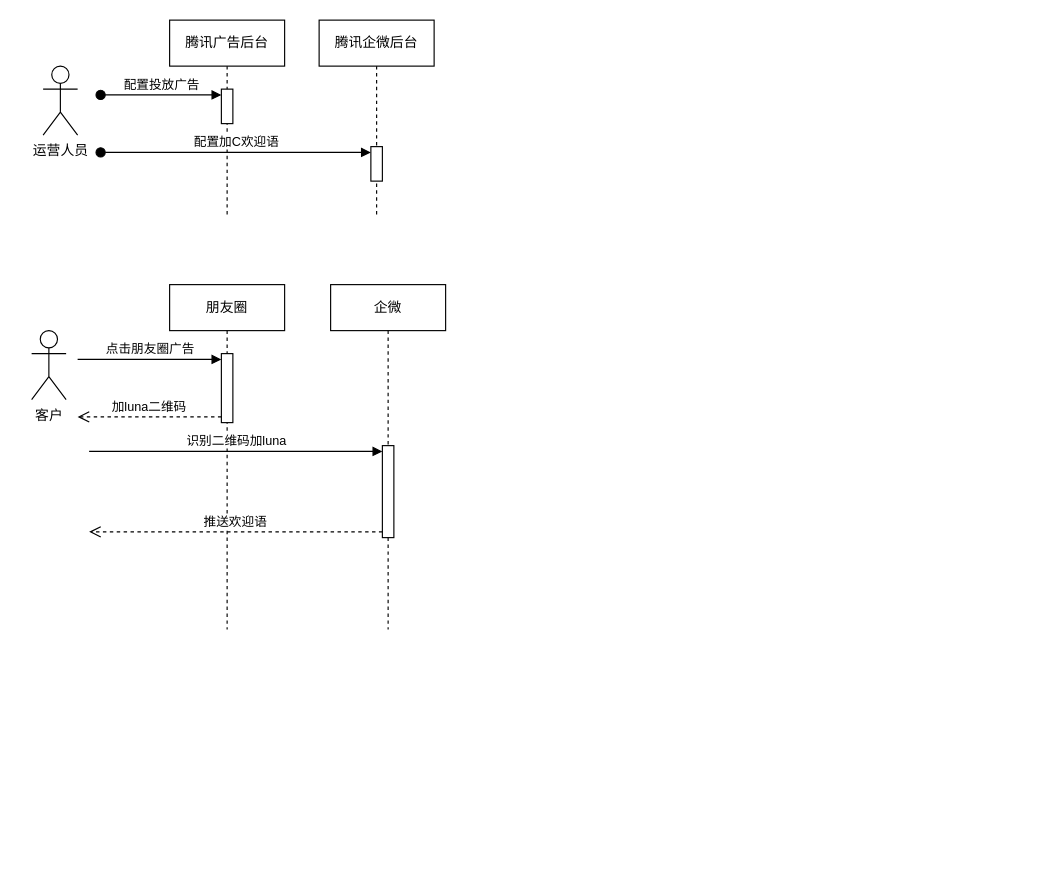
The draw.io diagram page "腾讯广告加C投放归因" (13 of 13) of src/draw/广告投放系统.drawio in y13513867074/draw, before the edit. Source tidied: cells renumbered, new cells numbered last; positions are measured from the earlier drawing's top-left corner, leaving out a move shared by most shapes. Both pictures are drawn from the tidied source at 115%, with x=0, y=0 at pixel (31, 20).
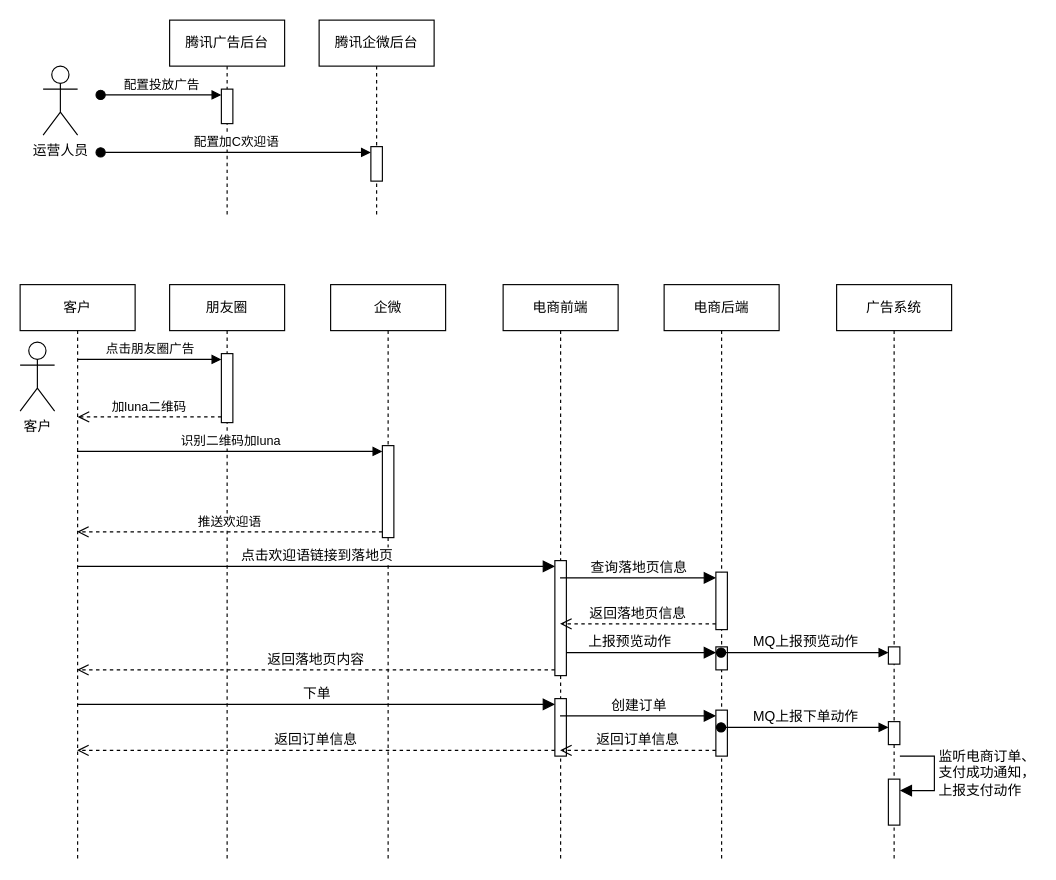
Above is the later version.

Commit message:
更新广告投放系统.drawio

Unchanged cells that the change refers to:
```xml
<mxCell id="14" style="html=1;points=[[0,0,0,0,5],[0,1,0,0,-5],[1,0,0,0,5],[1,1,0,0,-5]];perimeter=orthogonalPerimeter;outlineConnect=0;targetShapes=umlLifeline;portConstraint=eastwest;newEdgeStyle={&quot;curved&quot;:0,&quot;rounded&quot;:0};" parent="13" vertex="1">
  <mxGeometry x="45" y="140" width="10" height="80" as="geometry" />
</mxCell>
```

Change to the diagram source:
```diff
@@
     <mxCell id="9" value="朋友圈" style="shape=umlLifeline;perimeter=lifelinePerimeter;whiteSpace=wrap;html=1;newEdgeStyle={&quot;curved&quot;:0,&quot;rounded&quot;:0};" parent="1" vertex="1">
-      <mxGeometry x="120" y="230" width="100" height="300" as="geometry" />
+      <mxGeometry x="120" y="230" width="100" height="500" as="geometry" />
     </mxCell>
@@
     <mxCell id="13" value="企微" style="shape=umlLifeline;perimeter=lifelinePerimeter;whiteSpace=wrap;html=1;newEdgeStyle={&quot;curved&quot;:0,&quot;rounded&quot;:0};" parent="1" vertex="1">
-      <mxGeometry x="260" y="230" width="100" height="300" as="geometry" />
+      <mxGeometry x="260" y="230" width="100" height="500" as="geometry" />
     </mxCell>
@@
+    <mxCell id="17" value="客户" style="shape=umlActor;verticalLabelPosition=bottom;verticalAlign=top;html=1;" parent="1" vertex="1">
+      <mxGeometry x="-10" y="280" width="30" height="60" as="geometry" />
+    </mxCell>
+    <mxCell id="18" value="电商前端" style="shape=umlLifeline;perimeter=lifelinePerimeter;whiteSpace=wrap;html=1;outlineConnect=0;portConstraint=eastwest;newEdgeStyle={&quot;curved&quot;:0,&quot;rounded&quot;:0};" parent="1" vertex="1">
+      <mxGeometry x="410" y="230" width="100" height="500" as="geometry" />
+    </mxCell>
+    <mxCell id="19" style="html=1;points=[[0,0,0,0,5],[0,1,0,0,-5],[1,0,0,0,5],[1,1,0,0,-5]];perimeter=orthogonalPerimeter;outlineConnect=0;targetShapes=umlLifeline;portConstraint=eastwest;newEdgeStyle={&quot;curved&quot;:0,&quot;rounded&quot;:0};" parent="18" vertex="1">
+      <mxGeometry x="45" y="240" width="10" height="100" as="geometry" />
+    </mxCell>
+    <mxCell id="20" style="html=1;points=[[0,0,0,0,5],[0,1,0,0,-5],[1,0,0,0,5],[1,1,0,0,-5]];perimeter=orthogonalPerimeter;outlineConnect=0;targetShapes=umlLifeline;portConstraint=eastwest;newEdgeStyle={&quot;curved&quot;:0,&quot;rounded&quot;:0};" parent="18" vertex="1">
+      <mxGeometry x="45" y="360" width="10" height="50" as="geometry" />
+    </mxCell>
+    <mxCell id="21" value="电商后端" style="shape=umlLifeline;perimeter=lifelinePerimeter;whiteSpace=wrap;html=1;outlineConnect=0;portConstraint=eastwest;newEdgeStyle={&quot;curved&quot;:0,&quot;rounded&quot;:0};" parent="1" vertex="1">
+      <mxGeometry x="550" y="230" width="100" height="500" as="geometry" />
+    </mxCell>
+    <mxCell id="22" style="html=1;points=[[0,0,0,0,5],[0,1,0,0,-5],[1,0,0,0,5],[1,1,0,0,-5]];perimeter=orthogonalPerimeter;outlineConnect=0;targetShapes=umlLifeline;portConstraint=eastwest;newEdgeStyle={&quot;curved&quot;:0,&quot;rounded&quot;:0};" parent="21" vertex="1">
+      <mxGeometry x="45" y="250" width="10" height="50" as="geometry" />
+    </mxCell>
+    <mxCell id="23" style="html=1;points=[[0,0,0,0,5],[0,1,0,0,-5],[1,0,0,0,5],[1,1,0,0,-5]];perimeter=orthogonalPerimeter;outlineConnect=0;targetShapes=umlLifeline;portConstraint=eastwest;newEdgeStyle={&quot;curved&quot;:0,&quot;rounded&quot;:0};" parent="21" vertex="1">
+      <mxGeometry x="45" y="370" width="10" height="40" as="geometry" />
+    </mxCell>
+    <mxCell id="24" value="广告系统" style="shape=umlLifeline;perimeter=lifelinePerimeter;whiteSpace=wrap;html=1;newEdgeStyle={&quot;curved&quot;:0,&quot;rounded&quot;:0};" parent="1" vertex="1">
+      <mxGeometry x="700" y="230" width="100" height="500" as="geometry" />
+    </mxCell>
+    <mxCell id="25" style="html=1;points=[[0,0,0,0,5],[0,1,0,0,-5],[1,0,0,0,5],[1,1,0,0,-5]];perimeter=orthogonalPerimeter;outlineConnect=0;targetShapes=umlLifeline;portConstraint=eastwest;newEdgeStyle={&quot;curved&quot;:0,&quot;rounded&quot;:0};" parent="24" vertex="1">
+      <mxGeometry x="45" y="315" width="10" height="15" as="geometry" />
+    </mxCell>
+    <mxCell id="26" style="html=1;points=[[0,0,0,0,5],[0,1,0,0,-5],[1,0,0,0,5],[1,1,0,0,-5]];perimeter=orthogonalPerimeter;outlineConnect=0;targetShapes=umlLifeline;portConstraint=eastwest;newEdgeStyle={&quot;curved&quot;:0,&quot;rounded&quot;:0};" parent="24" vertex="1">
+      <mxGeometry x="45" y="380" width="10" height="20" as="geometry" />
+    </mxCell>
+    <mxCell id="27" style="html=1;points=[[0,0,0,0,5],[0,1,0,0,-5],[1,0,0,0,5],[1,1,0,0,-5]];perimeter=orthogonalPerimeter;outlineConnect=0;targetShapes=umlLifeline;portConstraint=eastwest;newEdgeStyle={&quot;curved&quot;:0,&quot;rounded&quot;:0};" parent="24" vertex="1">
+      <mxGeometry x="45" y="430" width="10" height="40" as="geometry" />
+    </mxCell>
+    <mxCell id="28" value="监听电商订单、&lt;div&gt;支付成功通知，&lt;/div&gt;&lt;div&gt;上报支付动作&lt;/div&gt;" style="html=1;align=left;spacingLeft=2;endArrow=block;rounded=0;edgeStyle=orthogonalEdgeStyle;curved=0;rounded=0;fontSize=12;startSize=8;endSize=8;" parent="24" edge="1" target="27">
+      <mxGeometry relative="1" as="geometry">
+        <mxPoint x="55" y="410" as="sourcePoint" />
+        <Array as="points">
+          <mxPoint x="85" y="440" />
+        </Array>
+      </mxGeometry>
+    </mxCell>
+    <mxCell id="29" value="客户" style="shape=umlLifeline;perimeter=lifelinePerimeter;whiteSpace=wrap;html=1;outlineConnect=0;portConstraint=eastwest;newEdgeStyle={&quot;curved&quot;:0,&quot;rounded&quot;:0};" parent="1" vertex="1">
+      <mxGeometry x="-10" y="230" width="100" height="500" as="geometry" />
+    </mxCell>
+    <mxCell id="30" value="点击欢迎语链接到落地页" style="html=1;verticalAlign=bottom;endArrow=block;curved=0;rounded=0;entryX=0;entryY=0;entryDx=0;entryDy=5;fontSize=12;startSize=8;endSize=8;" parent="1" edge="1" source="29" target="19">
+      <mxGeometry relative="1" as="geometry" />
+    </mxCell>
+    <mxCell id="31" value="返回落地页内容" style="html=1;verticalAlign=bottom;endArrow=open;dashed=1;endSize=8;curved=0;rounded=0;exitX=0;exitY=1;exitDx=0;exitDy=-5;fontSize=12;" parent="1" edge="1" source="19" target="29">
+      <mxGeometry relative="1" as="geometry" />
+    </mxCell>
+    <mxCell id="16" value="推送欢迎语" style="html=1;verticalAlign=bottom;endArrow=open;dashed=1;endSize=8;curved=0;rounded=0;exitX=0;exitY=1;exitDx=0;exitDy=-5;" parent="1" edge="1" source="14" target="29">
+      <mxGeometry relative="1" as="geometry" />
+    </mxCell>
-    <mxCell id="15" value="识别二维码加luna" style="html=1;verticalAlign=bottom;endArrow=block;curved=0;rounded=0;entryX=0;entryY=0;entryDx=0;entryDy=5;" parent="13" edge="1" target="14">
-      <mxGeometry relative="1" as="geometry">
-        <mxPoint x="-210" y="145" as="sourcePoint" />
-      </mxGeometry>
+    <mxCell id="15" value="识别二维码加luna" style="html=1;verticalAlign=bottom;endArrow=block;curved=0;rounded=0;entryX=0;entryY=0;entryDx=0;entryDy=5;" parent="1" edge="1" source="29" target="14">
+      <mxGeometry relative="1" as="geometry" />
     </mxCell>
-    <mxCell id="16" value="推送欢迎语" style="html=1;verticalAlign=bottom;endArrow=open;dashed=1;endSize=8;curved=0;rounded=0;exitX=0;exitY=1;exitDx=0;exitDy=-5;" parent="13" edge="1" source="14">
-      <mxGeometry relative="1" as="geometry">
-        <mxPoint x="-210" y="215" as="targetPoint" />
-      </mxGeometry>
-    </mxCell>
-    <mxCell id="17" value="客户" style="shape=umlActor;verticalLabelPosition=bottom;verticalAlign=top;html=1;" parent="1" vertex="1">
-      <mxGeometry y="270" width="30" height="60" as="geometry" />
-    </mxCell>
+    <mxCell id="32" value="上报预览动作" style="html=1;verticalAlign=bottom;endArrow=block;curved=0;rounded=0;entryX=0;entryY=0;entryDx=0;entryDy=5;fontSize=12;startSize=8;endSize=8;" parent="1" edge="1" source="36">
+      <mxGeometry x="-1" y="85" relative="1" as="geometry">
+        <mxPoint x="605.5" y="554" as="targetPoint" />
+        <mxPoint x="-85" y="81" as="offset" />
+      </mxGeometry>
+    </mxCell>
+    <mxCell id="33" value="返回落地页信息" style="html=1;verticalAlign=bottom;endArrow=open;dashed=1;endSize=8;curved=0;rounded=0;exitX=0;exitY=1;exitDx=0;exitDy=-5;fontSize=12;" parent="1" edge="1" source="22" target="18">
+      <mxGeometry relative="1" as="geometry" />
+    </mxCell>
+    <mxCell id="34" value="查询落地页信息" style="html=1;verticalAlign=bottom;endArrow=block;curved=0;rounded=0;entryX=0;entryY=0;entryDx=0;entryDy=5;fontSize=12;startSize=8;endSize=8;" parent="1" edge="1" source="18" target="22">
+      <mxGeometry relative="1" as="geometry" />
+    </mxCell>
+    <mxCell id="35" style="html=1;verticalAlign=bottom;endArrow=block;curved=0;rounded=0;entryX=0;entryY=0;entryDx=0;entryDy=5;fontSize=12;startSize=8;endSize=8;" parent="1" edge="1" source="19" target="36">
+      <mxGeometry relative="1" as="geometry" />
+    </mxCell>
+    <mxCell id="36" style="html=1;points=[[0,0,0,0,5],[0,1,0,0,-5],[1,0,0,0,5],[1,1,0,0,-5]];perimeter=orthogonalPerimeter;outlineConnect=0;targetShapes=umlLifeline;portConstraint=eastwest;newEdgeStyle={&quot;curved&quot;:0,&quot;rounded&quot;:0};" parent="1" vertex="1">
+      <mxGeometry x="595" y="545" width="10" height="20" as="geometry" />
+    </mxCell>
+    <mxCell id="37" value="MQ上报预览动作" style="html=1;verticalAlign=bottom;startArrow=oval;endArrow=block;startSize=8;curved=0;rounded=0;entryX=0;entryY=0;entryDx=0;entryDy=5;fontSize=12;" parent="1" edge="1" source="21" target="25">
+      <mxGeometry relative="1" as="geometry" />
+    </mxCell>
+    <mxCell id="38" value="下单" style="html=1;verticalAlign=bottom;endArrow=block;curved=0;rounded=0;entryX=0;entryY=0;entryDx=0;entryDy=5;fontSize=12;startSize=8;endSize=8;" parent="1" edge="1" source="29" target="20">
+      <mxGeometry relative="1" as="geometry" />
+    </mxCell>
+    <mxCell id="39" value="返回订单信息" style="html=1;verticalAlign=bottom;endArrow=open;dashed=1;endSize=8;curved=0;rounded=0;exitX=0;exitY=1;exitDx=0;exitDy=-5;fontSize=12;" parent="1" edge="1" source="20" target="29">
+      <mxGeometry relative="1" as="geometry" />
+    </mxCell>
+    <mxCell id="40" value="创建订单" style="html=1;verticalAlign=bottom;endArrow=block;curved=0;rounded=0;entryX=0;entryY=0;entryDx=0;entryDy=5;fontSize=12;startSize=8;endSize=8;" parent="1" edge="1" source="18" target="23">
+      <mxGeometry relative="1" as="geometry" />
+    </mxCell>
+    <mxCell id="41" value="返回订单信息" style="html=1;verticalAlign=bottom;endArrow=open;dashed=1;endSize=8;curved=0;rounded=0;exitX=0;exitY=1;exitDx=0;exitDy=-5;fontSize=12;" parent="1" edge="1" source="23" target="18">
+      <mxGeometry relative="1" as="geometry" />
+    </mxCell>
+    <mxCell id="42" value="MQ上报下单动作" style="html=1;verticalAlign=bottom;startArrow=oval;endArrow=block;startSize=8;curved=0;rounded=0;entryX=0;entryY=0;entryDx=0;entryDy=5;fontSize=12;" parent="1" edge="1" source="21" target="26">
+      <mxGeometry relative="1" as="geometry" />
+    </mxCell>
```
